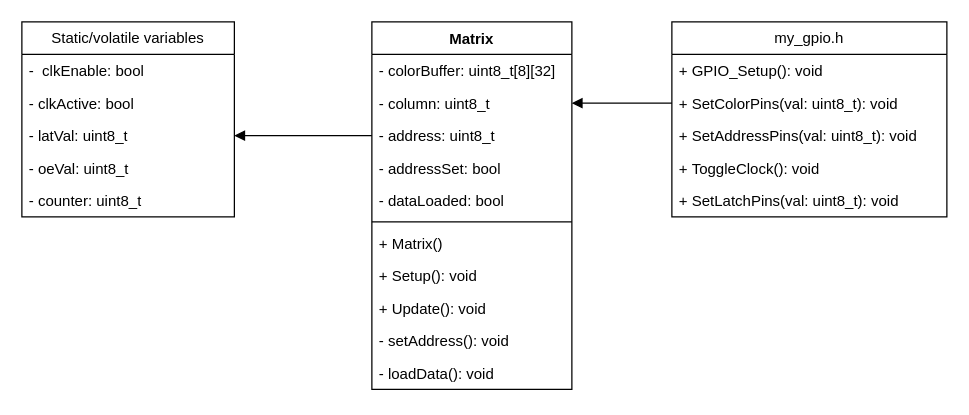
The draw.io diagram page "led_matrix_lib_class_diagram_3" (10 of 12) of doc/led_matrix_controller_design.drawio in Brentem/Led-Matrix-Controller-Brent, before the edit. Source tidied: cells renumbered, new cells numbered last; positions are measured from the earlier drawing's top-left corner, leaving out a move shared by most shapes. Both pictures are drawn from the tidied source at 125%, with x=0, y=0 at pixel (21, 21).
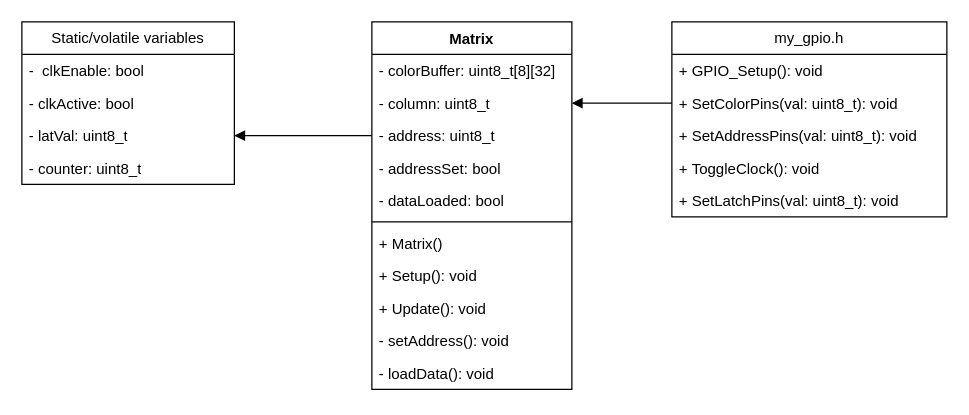
The same diagram, later.

Commit message (it also covers changes not shown here):
Matrix can be controlled, but one clock cycle is missing.

The edit, as a diff of the source:
```diff
@@
     <mxCell id="14" value="Static/volatile variables" style="swimlane;fontStyle=0;horizontal=1;startSize=26;fillColor=none;whiteSpace=wrap;html=1;" parent="1" vertex="1">
-      <mxGeometry width="170" height="156" as="geometry" />
+      <mxGeometry width="170" height="130" as="geometry" />
     </mxCell>
@@
-    <mxCell id="18" value="- oeVal: uint8_t" style="text;strokeColor=none;fillColor=none;align=left;verticalAlign=top;spacingLeft=4;spacingRight=4;overflow=hidden;whiteSpace=wrap;html=1;" parent="14" vertex="1">
-      <mxGeometry y="104" width="170" height="26" as="geometry" />
-    </mxCell>
     <mxCell id="19" value="- counter: uint8_t" style="text;strokeColor=none;fillColor=none;align=left;verticalAlign=top;spacingLeft=4;spacingRight=4;overflow=hidden;whiteSpace=wrap;html=1;" parent="14" vertex="1">
-      <mxGeometry y="130" width="170" height="26" as="geometry" />
+      <mxGeometry y="104" width="170" height="26" as="geometry" />
     </mxCell>
```
